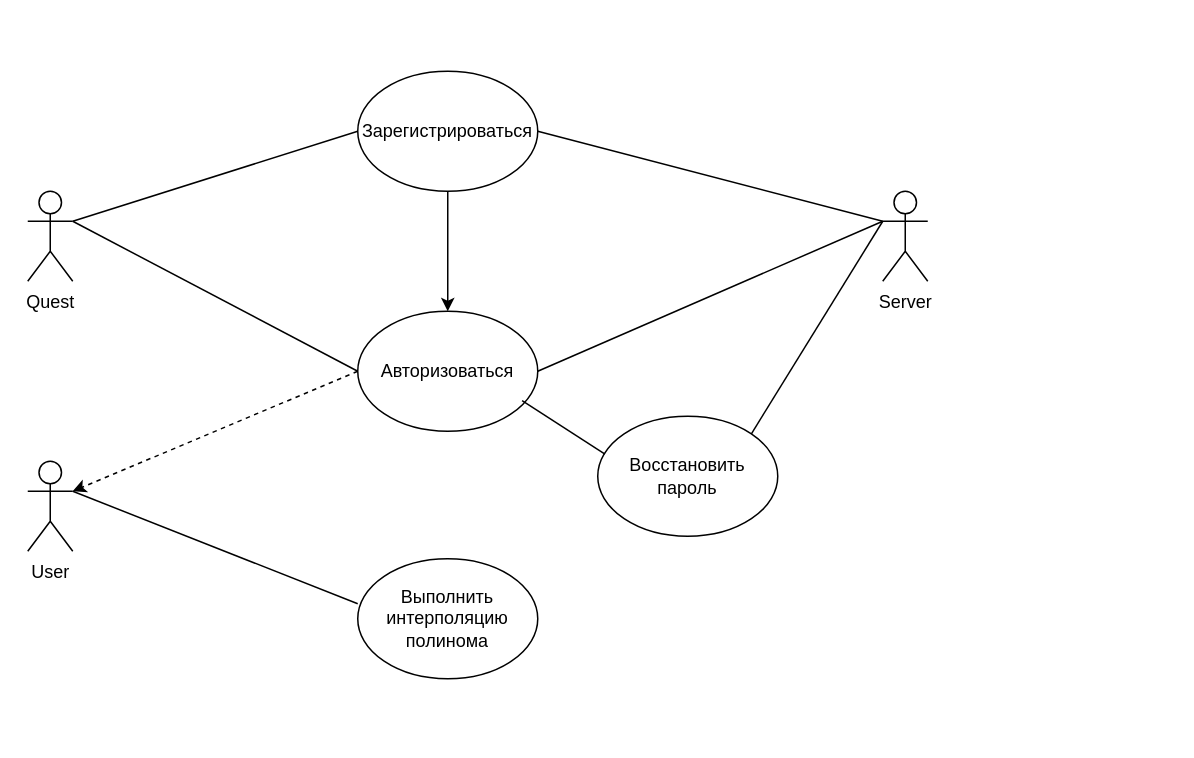
Before: use_case.drawio in ctrannik787/PD, a draw.io diagram. Source tidied: cells renumbered, new cells numbered last; positions are measured from the earlier drawing's top-left corner, leaving out a move shared by most shapes. Both pictures are drawn from the tidied source at 150%, with x=0, y=0 at pixel (27, 70).
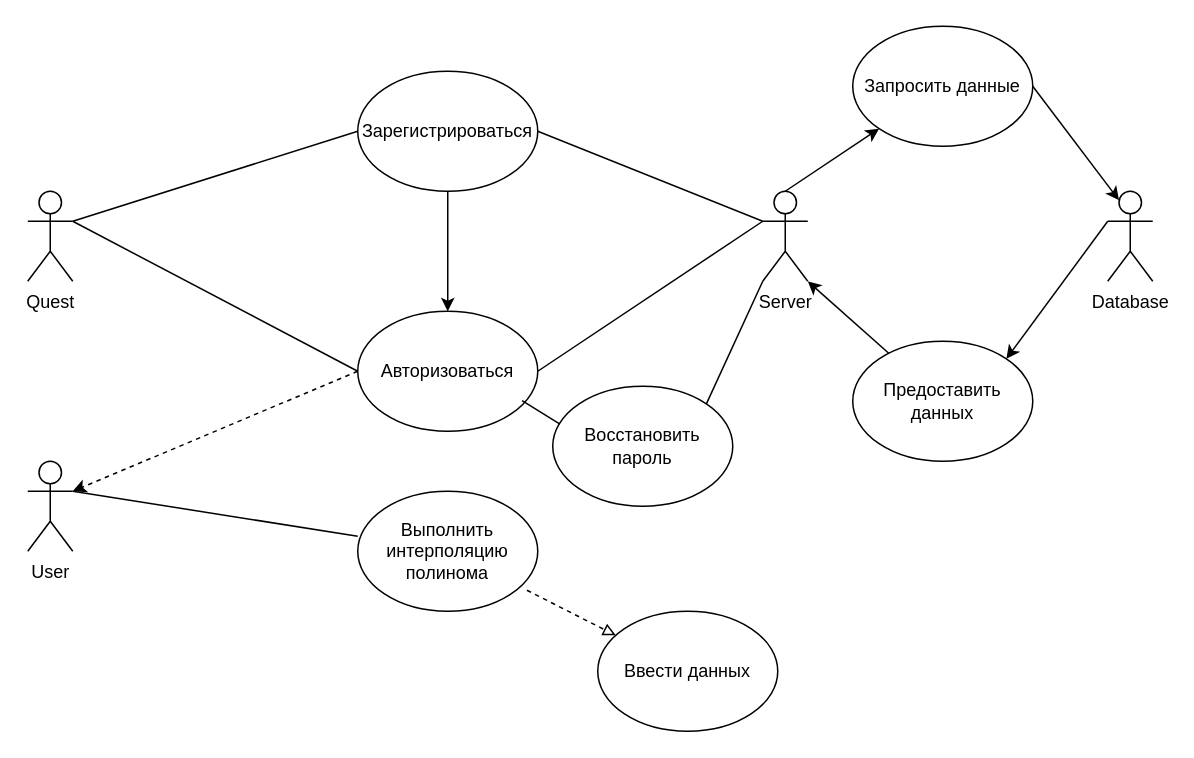
Above is the later version.

The change refers to these unchanged cells:
```xml
<mxCell id="6" value="Зарегистрироваться" style="ellipse;whiteSpace=wrap;html=1;" parent="1" vertex="1">
  <mxGeometry x="220" width="120" height="80" as="geometry" />
</mxCell>
```

Change to the diagram source:
```diff
@@
     <mxCell id="4" value="Server" style="shape=umlActor;verticalLabelPosition=bottom;verticalAlign=top;html=1;outlineConnect=0;" parent="1" vertex="1">
-      <mxGeometry x="570" y="80" width="30" height="60" as="geometry" />
+      <mxGeometry x="490" y="80" width="30" height="60" as="geometry" />
     </mxCell>
@@
     <mxCell id="11" style="endArrow=none;html=1;rounded=0;exitX=1;exitY=0.5;exitDx=0;exitDy=0;" parent="1" edge="1" source="6">
       <mxGeometry relative="1" as="geometry">
-        <mxPoint x="570" y="100" as="targetPoint" />
+        <mxPoint x="490" y="100" as="targetPoint" />
       </mxGeometry>
     </mxCell>
@@
     <mxCell id="13" value="Выполнить интерполяцию полинома" style="ellipse;whiteSpace=wrap;html=1;" parent="1" vertex="1">
-      <mxGeometry x="220" y="325" width="120" height="80" as="geometry" />
+      <mxGeometry x="220" y="280" width="120" height="80" as="geometry" />
     </mxCell>
     <mxCell id="14" value="Восстановить пароль" style="ellipse;whiteSpace=wrap;html=1;" parent="1" vertex="1">
-      <mxGeometry x="380" y="230" width="120" height="80" as="geometry" />
+      <mxGeometry x="350" y="210" width="120" height="80" as="geometry" />
     </mxCell>
-    <mxCell id="15" style="endArrow=none;html=1;rounded=0;exitX=1;exitY=0;exitDx=0;exitDy=0;" parent="1" edge="1" source="14">
-      <mxGeometry relative="1" as="geometry">
-        <mxPoint x="570" y="100" as="targetPoint" />
-      </mxGeometry>
+    <mxCell id="15" style="endArrow=none;html=1;rounded=0;exitX=1;exitY=0;exitDx=0;exitDy=0;entryX=0;entryY=1;entryDx=0;entryDy=0;entryPerimeter=0;" parent="1" edge="1" source="14" target="4">
+      <mxGeometry relative="1" as="geometry" />
     </mxCell>
@@
+    <mxCell id="18" value="Database" style="shape=umlActor;verticalLabelPosition=bottom;verticalAlign=top;html=1;outlineConnect=0;" parent="1" vertex="1">
+      <mxGeometry x="720" y="80" width="30" height="60" as="geometry" />
+    </mxCell>
+    <mxCell id="19" value="Запросить данные" style="ellipse;whiteSpace=wrap;html=1;" parent="1" vertex="1">
+      <mxGeometry x="550" y="-30" width="120" height="80" as="geometry" />
+    </mxCell>
+    <mxCell id="20" value="Предоставить данных" style="ellipse;whiteSpace=wrap;html=1;" parent="1" vertex="1">
+      <mxGeometry x="550" y="180" width="120" height="80" as="geometry" />
+    </mxCell>
+    <mxCell id="21" style="endArrow=classic;html=1;rounded=0;exitX=0.5;exitY=0;exitDx=0;exitDy=0;exitPerimeter=0;" parent="1" edge="1" source="4" target="19">
+      <mxGeometry relative="1" as="geometry" />
+    </mxCell>
+    <mxCell id="22" style="endArrow=classic;html=1;rounded=0;exitX=1;exitY=0.5;exitDx=0;exitDy=0;entryX=0.25;entryY=0.1;entryDx=0;entryDy=0;entryPerimeter=0;" parent="1" edge="1" source="19" target="18">
+      <mxGeometry relative="1" as="geometry" />
+    </mxCell>
+    <mxCell id="23" style="endArrow=classic;html=1;rounded=0;exitX=0;exitY=0.3333333333333333;exitDx=0;exitDy=0;exitPerimeter=0;entryX=1;entryY=0;entryDx=0;entryDy=0;" parent="1" edge="1" source="18" target="20">
+      <mxGeometry relative="1" as="geometry" />
+    </mxCell>
+    <mxCell id="24" style="endArrow=classic;html=1;rounded=0;entryX=1;entryY=1;entryDx=0;entryDy=0;entryPerimeter=0;" parent="1" edge="1" source="20" target="4">
+      <mxGeometry relative="1" as="geometry" />
+    </mxCell>
+    <mxCell id="25" value="Ввести данных" style="ellipse;whiteSpace=wrap;html=1;" parent="1" vertex="1">
+      <mxGeometry x="380" y="360" width="120" height="80" as="geometry" />
+    </mxCell>
+    <mxCell id="26" style="endArrow=block;html=1;rounded=0;exitX=0.94;exitY=0.825;exitDx=0;exitDy=0;dashed=1;curved=0;endFill=0;exitPerimeter=0;" parent="1" edge="1" source="13" target="25">
+      <mxGeometry relative="1" as="geometry">
+        <Array as="points">
+          <mxPoint x="380" y="370" />
+        </Array>
+      </mxGeometry>
+    </mxCell>
```
